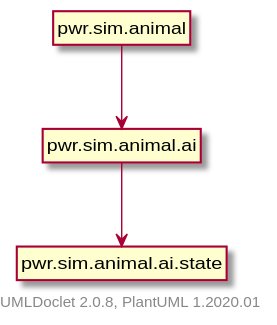
Earlier version of the PlantUML export package-dependencies.svg (Bravo555/oop-project). Source of this version:
```plantuml
@startuml
    set namespaceSeparator none
    hide circle
    hide empty fields
    hide empty methods

    pwr.sim.animal --> pwr.sim.animal.ai
    pwr.sim.animal.ai --> pwr.sim.animal.ai.state

    class "pwr.sim.animal" [[pwr/sim/animal/package-summary.html]] {
    }
    class "pwr.sim.animal.ai" [[pwr/sim/animal/ai/package-summary.html]] {
    }
    class "pwr.sim.animal.ai.state" [[pwr/sim/animal/ai/state/package-summary.html]] {
    }

    center footer UMLDoclet 2.0.8, PlantUML 1.2020.01
@enduml
```
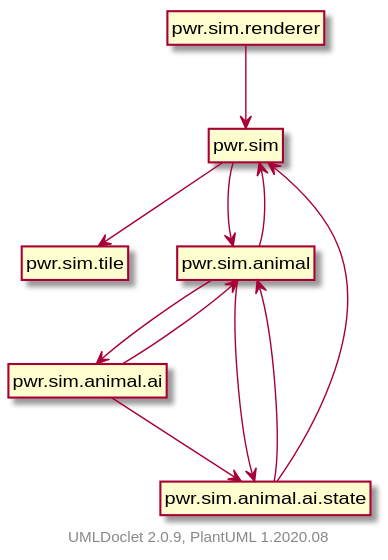
Later version of the same file.

The edit, as a diff of the source:
```diff
@@ -4,15 +4,29 @@
     hide empty fields
     hide empty methods
 
+    pwr.sim --> pwr.sim.tile
+    pwr.sim --> pwr.sim.animal
+    pwr.sim.animal --> pwr.sim
     pwr.sim.animal --> pwr.sim.animal.ai
+    pwr.sim.animal --> pwr.sim.animal.ai.state
+    pwr.sim.animal.ai --> pwr.sim.animal
     pwr.sim.animal.ai --> pwr.sim.animal.ai.state
+    pwr.sim.animal.ai.state --> pwr.sim.animal
+    pwr.sim.animal.ai.state --> pwr.sim
+    pwr.sim.renderer --> pwr.sim
 
+    class "pwr.sim" [[pwr/sim/package-summary.html]] {
+    }
+    class "pwr.sim.tile" [[pwr/sim/tile/package-summary.html]] {
+    }
     class "pwr.sim.animal" [[pwr/sim/animal/package-summary.html]] {
     }
     class "pwr.sim.animal.ai" [[pwr/sim/animal/ai/package-summary.html]] {
     }
     class "pwr.sim.animal.ai.state" [[pwr/sim/animal/ai/state/package-summary.html]] {
     }
+    class "pwr.sim.renderer" [[pwr/sim/renderer/package-summary.html]] {
+    }
 
-    center footer UMLDoclet 2.0.8, PlantUML 1.2020.01
+    center footer UMLDoclet 2.0.9, PlantUML 1.2020.08
 @enduml
```
